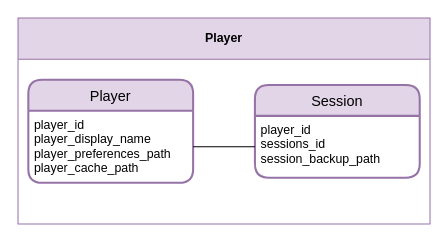
Before: page "Players" (7 of 7) of documentation/database/game-database-logical.drawio in Techmate-Chess/BoardBuddy, a draw.io diagram. Source tidied: cells renumbered, new cells numbered last; positions are measured from the earlier drawing's top-left corner, leaving out a move shared by most shapes. Both pictures are drawn from the tidied source at 103%, with x=0, y=0 at pixel (18, 18).
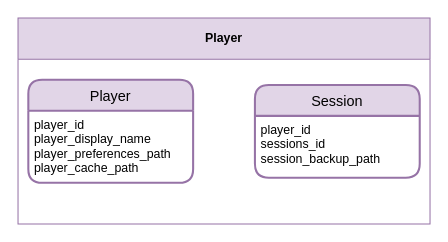
Above is the later version.

The edit, as a diff of the source:
```diff
@@
 <mxGraphModel>
   <root>
     <mxCell id="0" />
     <mxCell id="1" parent="0" />
     <mxCell id="2" value="Player" style="swimlane;whiteSpace=wrap;html=1;gradientDirection=south;startSize=40;fillColor=#e1d5e7;strokeColor=#9673a6;swimlaneFillColor=default;" parent="1" vertex="1">
       <mxGeometry width="400" height="200" as="geometry" />
     </mxCell>
     <mxCell id="3" value="Player" style="swimlane;horizontal=1;startSize=30;rounded=1;fontSize=14;fontStyle=0;strokeWidth=2;shadow=0;dashed=0;align=center;gradientDirection=south;fillColor=#e1d5e7;strokeColor=#9673a6;" parent="2" vertex="1">
       <mxGeometry x="10" y="60" width="160" height="100" as="geometry" />
     </mxCell>
     <mxCell id="4" value="player_id&#10;player_display_name&#10;player_preferences_path&#10;player_cache_path" style="align=left;strokeColor=none;fillColor=none;spacingLeft=4;fontSize=12;verticalAlign=top;" parent="3" vertex="1">
       <mxGeometry y="30" width="160" height="70" as="geometry" />
     </mxCell>
     <mxCell id="5" value="Session" style="swimlane;horizontal=1;startSize=30;rounded=1;fontSize=14;fontStyle=0;strokeWidth=2;shadow=0;dashed=0;align=center;gradientDirection=south;fillColor=#e1d5e7;strokeColor=#9673a6;swimlaneFillColor=default;" parent="2" vertex="1">
       <mxGeometry x="230" y="65" width="160" height="90" as="geometry" />
     </mxCell>
     <mxCell id="6" value="player_id&#10;sessions_id&#10;session_backup_path" style="align=left;strokeColor=none;fillColor=none;spacingLeft=4;fontSize=12;verticalAlign=top;" parent="5" vertex="1">
       <mxGeometry y="30" width="160" height="60" as="geometry" />
     </mxCell>
-    <mxCell id="7" style="endArrow=none;html=1;exitX=1;exitY=0.5;exitDx=0;exitDy=0;entryX=0;entryY=0.5;entryDx=0;entryDy=0;" parent="2" edge="1" source="4" target="6">
-      <mxGeometry relative="1" as="geometry" />
-    </mxCell>
   </root>
 </mxGraphModel>
```
